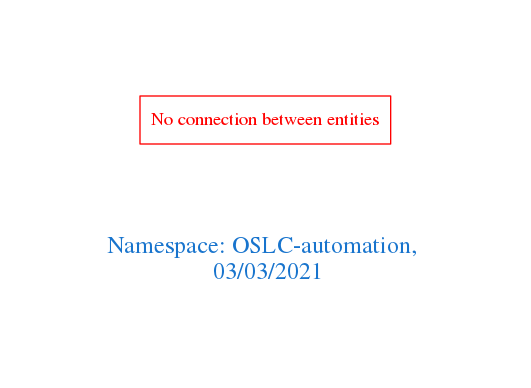
Above: downloads/OSLC-automation.png in arago/OGIT (Graphviz), before the change. Its source is kept beside it as downloads/OSLC-automation.dot.
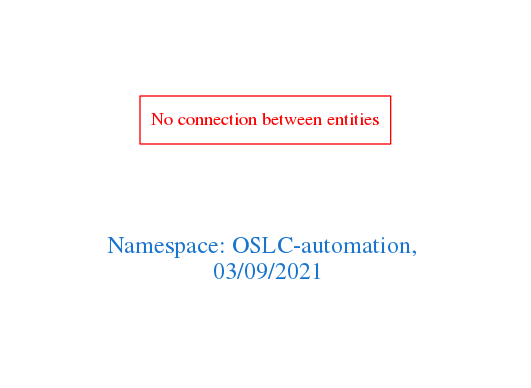
Above is the later version.

What changed in the source:
```diff
@@ -1,7 +1,7 @@
 digraph OGIT_ontology {
  graph [ rankdir= LR,pad=1
 fontsize = 18,
-fontcolor= dodgerblue3,label = "\n\n\nNamespace: OSLC-automation, \n 03/03/2021"];
+fontcolor= dodgerblue3,label = "\n\n\nNamespace: OSLC-automation, \n 03/09/2021"];
 node[shape=polygon];
 edge [  color="gray81"];
 
```
